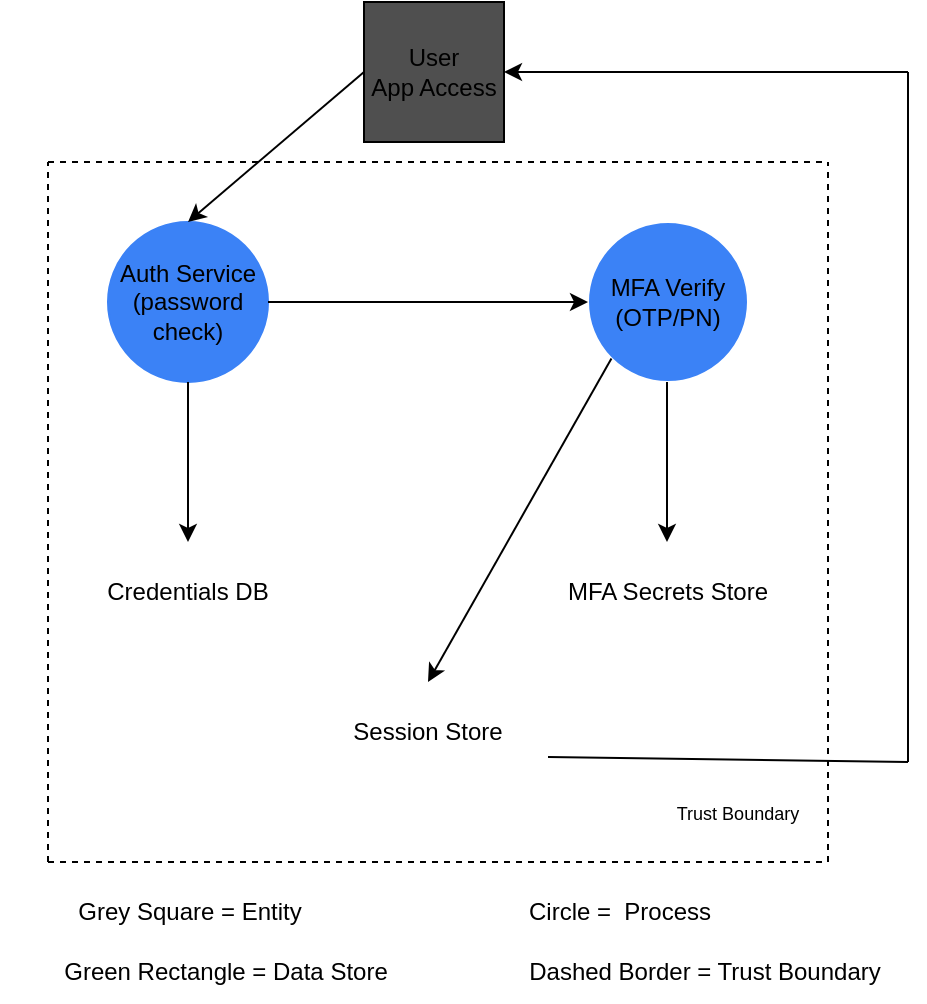
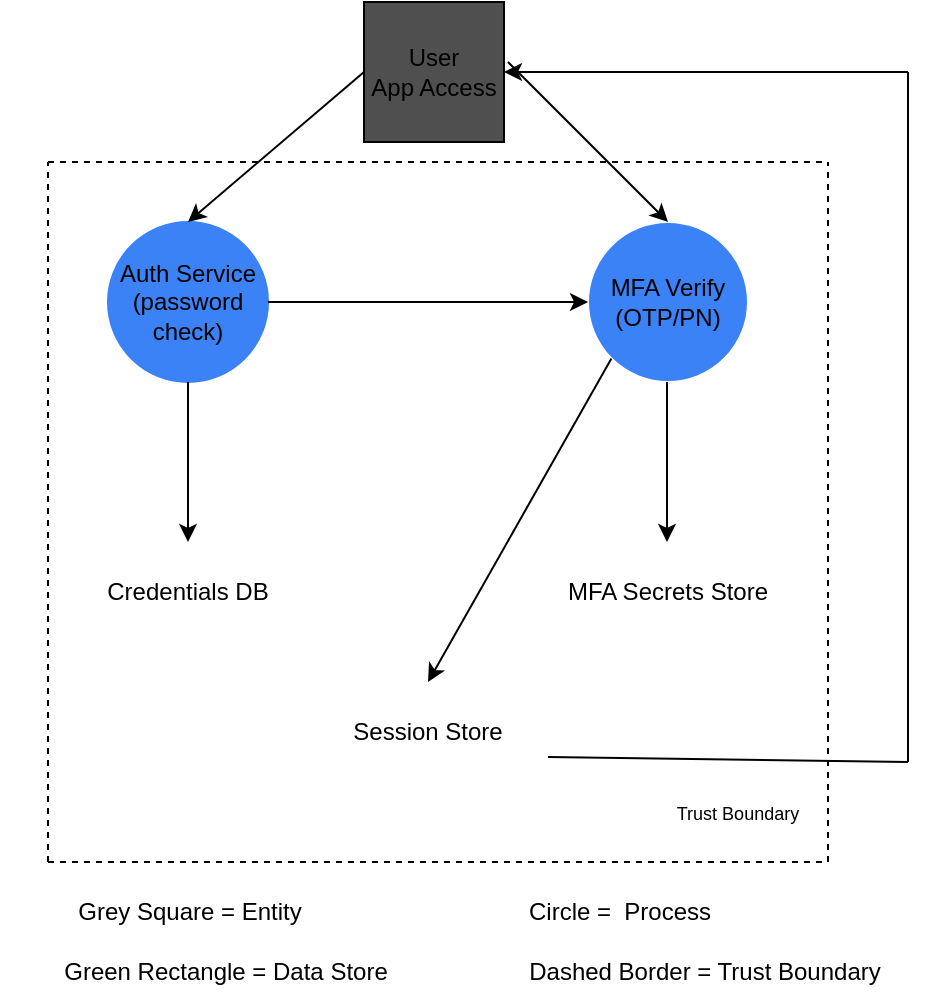
<mxfile host="app.diagrams.net">
  <diagram name="Page-1" id="Y1MPFzzcP9A6CvaMNxhK">
    <mxGraphModel dx="1653" dy="743" grid="1" gridSize="10" guides="1" tooltips="1" connect="1" arrows="1" fold="1" page="1" pageScale="1" pageWidth="850" pageHeight="1100" math="0" shadow="0">
      <root>
        <mxCell id="0" />
        <mxCell id="1" parent="0" />
        <mxCell id="Ng9540EB6HkM8nL6ygbH-2" parent="1" style="ellipse;whiteSpace=wrap;html=1;aspect=fixed;fillColor=light-dark(#3B82F6,#7EA6E0);strokeColor=light-dark(#3B82F6,#7EA6E0);" value="Auth Service&lt;br&gt;(password check)" vertex="1">
          <mxGeometry height="80" width="80" x="200" y="120" as="geometry" />
        </mxCell>
        <mxCell id="Ng9540EB6HkM8nL6ygbH-6" parent="1" style="rounded=1;whiteSpace=wrap;html=1;fillColor=light-dark(#FFFFFF,#67AB9F);strokeColor=light-dark(#FFFFFF,#67AB9F);" value="Session Store" vertex="1">
          <mxGeometry height="50" width="120" x="300" y="350" as="geometry" />
        </mxCell>
        <mxCell id="Ng9540EB6HkM8nL6ygbH-7" parent="1" style="rounded=1;whiteSpace=wrap;html=1;fillColor=light-dark(#FFFFFF,#67AB9F);strokeColor=light-dark(#FFFFFF,#67AB9F);" value="MFA Secrets Store" vertex="1">
          <mxGeometry height="50" width="120" x="420" y="280" as="geometry" />
        </mxCell>
        <mxCell id="Ng9540EB6HkM8nL6ygbH-8" parent="1" style="rounded=1;whiteSpace=wrap;html=1;fillColor=light-dark(#FFFFFF,#67AB9F);strokeColor=light-dark(#FFFFFF,#67AB9F);" value="Credentials DB" vertex="1">
          <mxGeometry height="50" width="120" x="180" y="280" as="geometry" />
        </mxCell>
        <mxCell id="Ng9540EB6HkM8nL6ygbH-10" parent="1" style="ellipse;whiteSpace=wrap;html=1;aspect=fixed;fillColor=light-dark(#3B82F6,#7EA6E0);strokeColor=light-dark(#FFFFFF,#7EA6E0);" value="MFA Verify&lt;div&gt;(OTP/PN)&lt;/div&gt;" vertex="1">
          <mxGeometry height="80" width="80" x="440" y="120" as="geometry" />
        </mxCell>
        <mxCell id="Ng9540EB6HkM8nL6ygbH-17" edge="1" parent="1" style="endArrow=none;dashed=1;html=1;rounded=0;" value="">
          <mxGeometry height="50" relative="1" width="50" as="geometry">
            <mxPoint x="170" y="440" as="sourcePoint" />
            <mxPoint x="170" y="90" as="targetPoint" />
          </mxGeometry>
        </mxCell>
        <mxCell id="Ng9540EB6HkM8nL6ygbH-18" edge="1" parent="1" style="endArrow=none;dashed=1;html=1;rounded=0;" value="">
          <mxGeometry height="50" relative="1" width="50" as="geometry">
            <mxPoint x="170" y="90" as="sourcePoint" />
            <mxPoint x="560" y="90" as="targetPoint" />
          </mxGeometry>
        </mxCell>
        <mxCell id="Ng9540EB6HkM8nL6ygbH-19" edge="1" parent="1" style="endArrow=none;dashed=1;html=1;rounded=0;" value="">
          <mxGeometry height="50" relative="1" width="50" as="geometry">
            <mxPoint x="560" y="440" as="sourcePoint" />
            <mxPoint x="560" y="90" as="targetPoint" />
          </mxGeometry>
        </mxCell>
        <mxCell id="Ng9540EB6HkM8nL6ygbH-20" edge="1" parent="1" style="endArrow=none;dashed=1;html=1;rounded=0;" value="">
          <mxGeometry height="50" relative="1" width="50" as="geometry">
            <mxPoint x="170" y="440" as="sourcePoint" />
            <mxPoint x="560" y="440" as="targetPoint" />
          </mxGeometry>
        </mxCell>
        <mxCell id="Ng9540EB6HkM8nL6ygbH-22" parent="1" style="text;html=1;whiteSpace=wrap;strokeColor=none;fillColor=none;align=center;verticalAlign=middle;rounded=0;" value="&lt;font style=&quot;font-size: 9px;&quot;&gt;Trust Boundary&lt;/font&gt;" vertex="1">
          <mxGeometry height="30" width="90" x="470" y="400" as="geometry" />
        </mxCell>
        <mxCell id="Ng9540EB6HkM8nL6ygbH-24" edge="1" parent="1" source="Ng9540EB6HkM8nL6ygbH-2" style="endArrow=classic;html=1;rounded=0;exitX=0.5;exitY=1;exitDx=0;exitDy=0;entryX=0.5;entryY=0;entryDx=0;entryDy=0;" target="Ng9540EB6HkM8nL6ygbH-8" value="">
          <mxGeometry height="50" relative="1" width="50" as="geometry">
            <mxPoint x="330" y="180" as="sourcePoint" />
            <mxPoint x="380" y="130" as="targetPoint" />
          </mxGeometry>
        </mxCell>
        <mxCell id="Ng9540EB6HkM8nL6ygbH-25" edge="1" parent="1" style="endArrow=classic;html=1;rounded=0;exitX=0.5;exitY=1;exitDx=0;exitDy=0;entryX=0.5;entryY=0;entryDx=0;entryDy=0;" value="">
          <mxGeometry height="50" relative="1" width="50" as="geometry">
            <mxPoint x="479.5" y="200" as="sourcePoint" />
            <mxPoint x="479.5" y="280" as="targetPoint" />
          </mxGeometry>
        </mxCell>
        <mxCell id="Ng9540EB6HkM8nL6ygbH-26" edge="1" parent="1" source="Ng9540EB6HkM8nL6ygbH-2" style="endArrow=classic;html=1;rounded=0;exitX=1;exitY=0.5;exitDx=0;exitDy=0;entryX=0;entryY=0.5;entryDx=0;entryDy=0;" target="Ng9540EB6HkM8nL6ygbH-10" value="">
          <mxGeometry height="50" relative="1" width="50" as="geometry">
            <mxPoint x="390" y="320" as="sourcePoint" />
            <mxPoint x="390" y="400" as="targetPoint" />
          </mxGeometry>
        </mxCell>
        <mxCell id="Ng9540EB6HkM8nL6ygbH-27" edge="1" parent="1" source="reQNOxloOHxBAgSdmP5h-5" style="endArrow=classic;html=1;rounded=0;exitX=0;exitY=0.5;exitDx=0;exitDy=0;entryX=0.5;entryY=0;entryDx=0;entryDy=0;" target="Ng9540EB6HkM8nL6ygbH-2" value="">
          <mxGeometry height="50" relative="1" width="50" as="geometry">
            <mxPoint x="310" y="60" as="sourcePoint" />
            <mxPoint x="550" y="230" as="targetPoint" />
          </mxGeometry>
        </mxCell>
        <mxCell id="Ng9540EB6HkM8nL6ygbH-30" edge="1" parent="1" source="Ng9540EB6HkM8nL6ygbH-10" style="endArrow=classic;html=1;rounded=0;exitX=0;exitY=1;exitDx=0;exitDy=0;entryX=0.5;entryY=0;entryDx=0;entryDy=0;" target="Ng9540EB6HkM8nL6ygbH-6" value="">
          <mxGeometry height="50" relative="1" width="50" as="geometry">
            <mxPoint x="330" y="180" as="sourcePoint" />
            <mxPoint x="380" y="130" as="targetPoint" />
          </mxGeometry>
        </mxCell>
        <mxCell id="Ng9540EB6HkM8nL6ygbH-31" edge="1" parent="1" source="Ng9540EB6HkM8nL6ygbH-6" style="endArrow=none;html=1;rounded=0;exitX=1;exitY=0.75;exitDx=0;exitDy=0;" value="">
          <mxGeometry height="50" relative="1" width="50" as="geometry">
            <mxPoint x="330" y="180" as="sourcePoint" />
            <mxPoint x="600" y="390" as="targetPoint" />
          </mxGeometry>
        </mxCell>
        <mxCell id="Ng9540EB6HkM8nL6ygbH-32" edge="1" parent="1" style="endArrow=none;html=1;rounded=0;" value="">
          <mxGeometry height="50" relative="1" width="50" as="geometry">
            <mxPoint x="600" y="390" as="sourcePoint" />
            <mxPoint x="600" y="45" as="targetPoint" />
          </mxGeometry>
        </mxCell>
        <mxCell id="Ng9540EB6HkM8nL6ygbH-33" edge="1" parent="1" style="endArrow=classic;html=1;rounded=0;entryX=1;entryY=0.5;entryDx=0;entryDy=0;" target="reQNOxloOHxBAgSdmP5h-5" value="">
          <mxGeometry height="50" relative="1" width="50" as="geometry">
            <mxPoint x="600" y="45" as="sourcePoint" />
            <mxPoint x="410" y="40" as="targetPoint" />
          </mxGeometry>
        </mxCell>
        <mxCell id="reQNOxloOHxBAgSdmP5h-1" parent="1" style="text;html=1;whiteSpace=wrap;strokeColor=none;fillColor=none;align=center;verticalAlign=middle;rounded=0;" value="Grey Square = Entity" vertex="1">
          <mxGeometry height="30" width="190" x="146" y="450" as="geometry" />
        </mxCell>
        <mxCell id="reQNOxloOHxBAgSdmP5h-2" parent="1" style="text;html=1;whiteSpace=wrap;strokeColor=none;fillColor=none;align=center;verticalAlign=middle;rounded=0;" value="Green Rectangle = Data Store" vertex="1">
          <mxGeometry height="30" width="190" x="164" y="480" as="geometry" />
        </mxCell>
        <mxCell id="reQNOxloOHxBAgSdmP5h-3" parent="1" style="text;html=1;whiteSpace=wrap;strokeColor=none;fillColor=none;align=center;verticalAlign=middle;rounded=0;" value="Circle =&amp;nbsp; Process" vertex="1">
          <mxGeometry height="30" width="130" x="391" y="450" as="geometry" />
        </mxCell>
        <mxCell id="reQNOxloOHxBAgSdmP5h-4" parent="1" style="text;html=1;whiteSpace=wrap;strokeColor=none;fillColor=none;align=center;verticalAlign=middle;rounded=0;" value="Dashed Border = Trust Boundary" vertex="1">
          <mxGeometry height="30" width="195" x="401" y="480" as="geometry" />
        </mxCell>
        <mxCell id="reQNOxloOHxBAgSdmP5h-5" parent="1" style="whiteSpace=wrap;html=1;aspect=fixed;fillColor=#4F4F4F;" value="User&lt;div&gt;&lt;span style=&quot;background-color: transparent; color: light-dark(rgb(0, 0, 0), rgb(255, 255, 255));&quot;&gt;App Access&lt;/span&gt;&lt;/div&gt;" vertex="1">
          <mxGeometry height="70" width="70" x="328" y="10" as="geometry" />
        </mxCell>
+         <mxCell id="reQNOxloOHxBAgSdmP5h-6" edge="1" parent="1" style="endArrow=classic;html=1;rounded=0;entryX=0.5;entryY=0;entryDx=0;entryDy=0;" target="Ng9540EB6HkM8nL6ygbH-10" value="">
+           <mxGeometry height="50" relative="1" width="50" as="geometry">
+             <mxPoint x="400" y="40" as="sourcePoint" />
+             <mxPoint x="460" y="195" as="targetPoint" />
+           </mxGeometry>
+         </mxCell>
      </root>
    </mxGraphModel>
  </diagram>
</mxfile>
